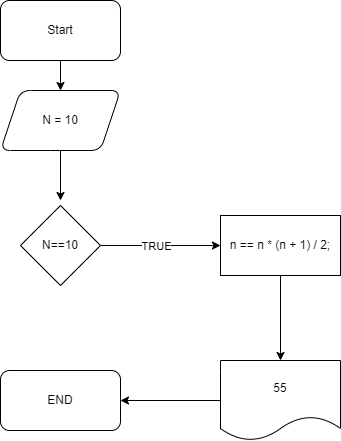
Kamran-Zeynalov/Algoritm keeps this draw.io diagram as task1.png. Above is the earlier version. Source tidied: cells renumbered, new cells last; positions are measured from the earlier drawing's top-left corner, leaving out a move shared by most shapes.
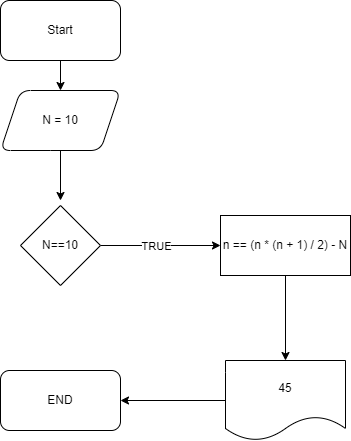
After the commit.

Commit message:
There is changing on Task1

Change to the diagram source:
```diff
@@ -36,14 +36,14 @@
         </Array>
       </mxGeometry>
     </mxCell>
-    <mxCell id="10" value="55" style="shape=document;whiteSpace=wrap;html=1;boundedLbl=1;rounded=1;" parent="1" vertex="1">
-      <mxGeometry x="220" y="360" width="120" height="80" as="geometry" />
+    <mxCell id="10" value="45" style="shape=document;whiteSpace=wrap;html=1;boundedLbl=1;rounded=1;" parent="1" vertex="1">
+      <mxGeometry x="225" y="360" width="120" height="80" as="geometry" />
     </mxCell>
     <mxCell id="11" style="edgeStyle=orthogonalEdgeStyle;rounded=0;jettySize=auto;html=1;" parent="1" edge="1" source="12" target="10">
       <mxGeometry relative="1" as="geometry" />
     </mxCell>
-    <mxCell id="12" value="n == n * (n + 1) / 2;" style="rounded=0;whiteSpace=wrap;html=1;" parent="1" vertex="1">
-      <mxGeometry x="220" y="215" width="120" height="60" as="geometry" />
+    <mxCell id="12" value="n == (n * (n + 1) / 2) - N" style="rounded=0;whiteSpace=wrap;html=1;" parent="1" vertex="1">
+      <mxGeometry x="220" y="215" width="130" height="60" as="geometry" />
     </mxCell>
     <mxCell id="13" value="N==10" style="rhombus;whiteSpace=wrap;html=1;" parent="1" vertex="1">
       <mxGeometry x="20" y="205" width="80" height="80" as="geometry" />
```
